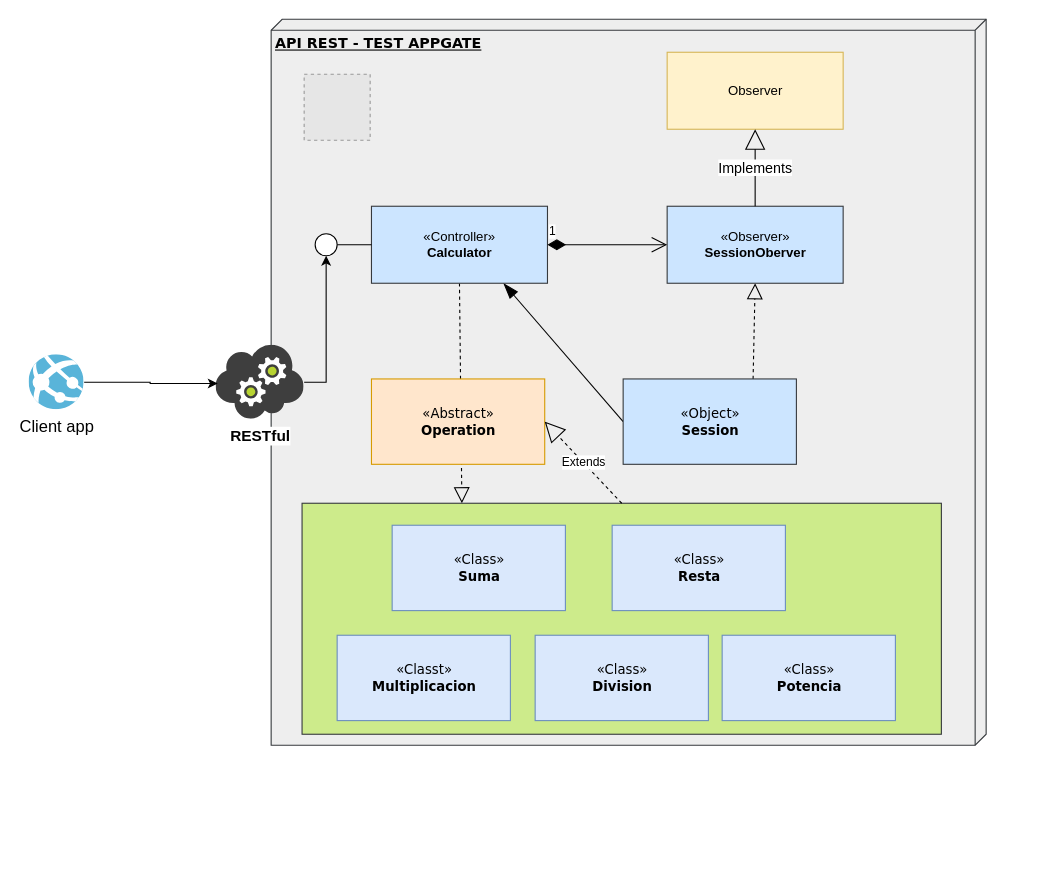
This is documents/test_appgate.drawio from rdbp89/appgate, a draw.io file, before an edit. Source tidied: cells renumbered, new cells numbered last; positions are measured from the earlier drawing's top-left corner, leaving out a move shared by most shapes. Both pictures are drawn from the tidied source at 110%, with x=0, y=0 at pixel (29, 19). Pictures stored in the file or linked from it are replaced by grey dashed boxes.
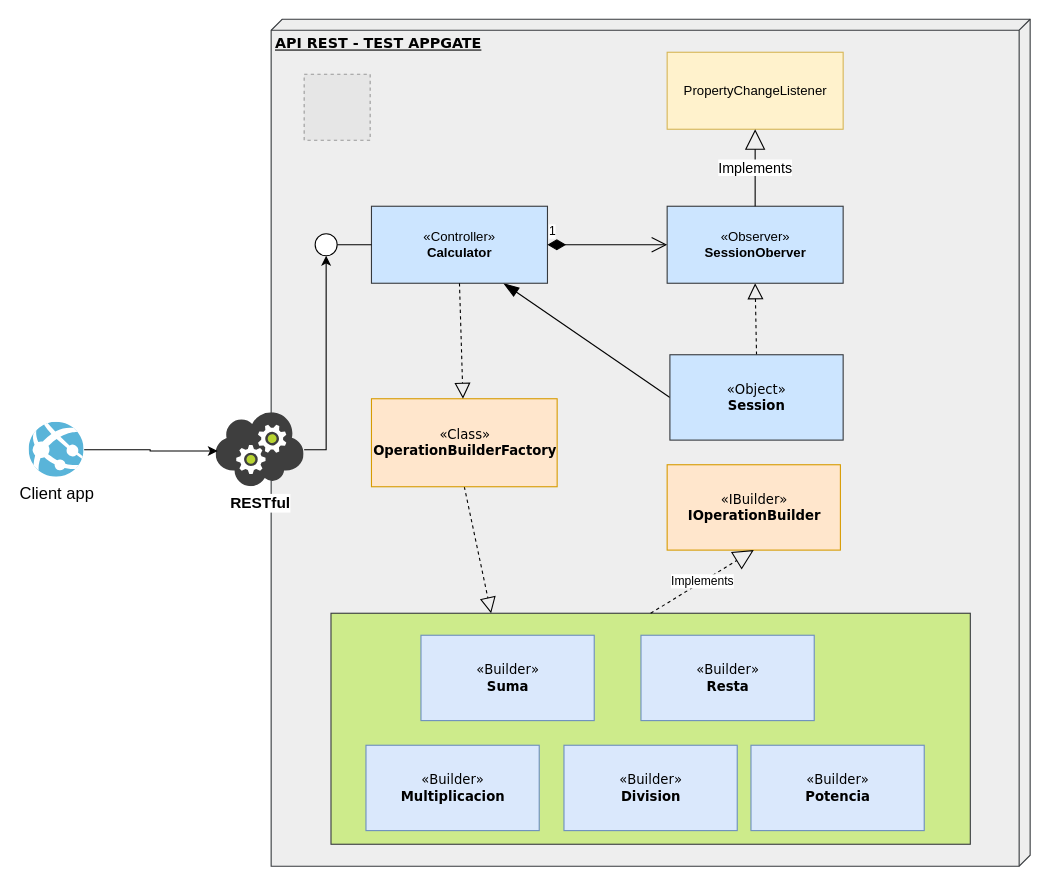
Above is the later version.

Commit message (it also covers changes not shown here):
Images diagrams CI/CU and Components

Unchanged cells that the change refers to:
```xml
<mxCell id="13" value="«Controller»&lt;br&gt;&lt;b&gt;Calculator&lt;/b&gt;" style="html=1;fillColor=#cce5ff;strokeColor=#36393d;" parent="1" vertex="1">
  <mxGeometry x="311.2" y="170" width="160" height="70" as="geometry" />
</mxCell>
<mxCell id="16" value="«Observer»&lt;br&gt;&lt;b&gt;SessionOberver&lt;/b&gt;" style="html=1;fillColor=#cce5ff;strokeColor=#36393d;" parent="1" vertex="1">
  <mxGeometry x="580" y="170" width="160" height="70" as="geometry" />
</mxCell>
```

Diff of the diagram source:
```diff
@@
     <mxCell id="2" value="&lt;b&gt;&lt;font style=&quot;font-size: 13px&quot;&gt;API REST - TEST APPGATE&lt;/font&gt;&lt;/b&gt;" style="verticalAlign=top;align=left;spacingTop=8;spacingLeft=2;spacingRight=12;shape=cube;size=10;direction=south;fontStyle=4;html=1;rounded=0;shadow=0;comic=0;labelBackgroundColor=none;strokeWidth=1;fontFamily=Verdana;fontSize=12;fillColor=#eeeeee;strokeColor=#36393d;" parent="1" vertex="1">
-      <mxGeometry x="220" width="650" height="660" as="geometry" />
+      <mxGeometry x="220" width="690" height="770" as="geometry" />
     </mxCell>
-    <mxCell id="3" style="edgeStyle=none;rounded=0;jettySize=auto;html=1;exitX=0.5;exitY=1;exitDx=0;exitDy=0;entryX=0.25;entryY=0;entryDx=0;entryDy=0;dashed=1;endArrow=block;endFill=0;endSize=12;" parent="1" edge="1" source="13" target="4">
-      <mxGeometry relative="1" as="geometry" />
+    <mxCell id="3" style="edgeStyle=none;rounded=0;jettySize=auto;html=1;exitX=0.5;exitY=1;exitDx=0;exitDy=0;dashed=1;endArrow=block;endFill=0;endSize=12;" parent="1" edge="1" source="28">
+      <mxGeometry relative="1" as="geometry">
+        <mxPoint x="420" y="540" as="targetPoint" />
+      </mxGeometry>
     </mxCell>
     <mxCell id="4" style="whiteSpace=wrap;html=1;align=center;newEdgeStyle={&quot;edgeStyle&quot;:&quot;elbowEdgeStyle&quot;,&quot;startArrow&quot;:&quot;none&quot;,&quot;endArrow&quot;:&quot;none&quot;};fillColor=#cdeb8b;strokeColor=#36393d;" parent="1" vertex="1">
-      <mxGeometry x="248.1" y="440" width="581.2" height="210" as="geometry" />
+      <mxGeometry x="274.4" y="540" width="581.2" height="210" as="geometry" />
     </mxCell>
-    <mxCell id="5" style="rounded=0;jettySize=auto;html=1;exitX=0.75;exitY=0;exitDx=0;exitDy=0;entryX=0.5;entryY=1;entryDx=0;entryDy=0;endArrow=block;endFill=0;endSize=12;dashed=1;" parent="1" edge="1" source="7" target="16">
+    <mxCell id="5" style="rounded=0;jettySize=auto;html=1;exitX=0.5;exitY=0;exitDx=0;exitDy=0;entryX=0.5;entryY=1;entryDx=0;entryDy=0;endArrow=block;endFill=0;endSize=12;dashed=1;" parent="1" edge="1" source="7" target="16">
       <mxGeometry relative="1" as="geometry" />
     </mxCell>
@@
     <mxCell id="7" value="«Object»&lt;br&gt;&lt;b&gt;Session&lt;/b&gt;" style="html=1;rounded=0;shadow=0;comic=0;labelBackgroundColor=none;strokeWidth=1;fontFamily=Verdana;fontSize=12;align=center;fillColor=#cce5ff;strokeColor=#36393d;" parent="1" vertex="1">
-      <mxGeometry x="540" y="327" width="157.5" height="77.6" as="geometry" />
+      <mxGeometry x="582.5" y="305" width="157.5" height="77.6" as="geometry" />
     </mxCell>
@@
     <mxCell id="10" value="&lt;font style=&quot;font-size: 14px&quot;&gt;&lt;b&gt;RESTful&lt;/b&gt;&lt;/font&gt;" style="html=1;points=[];align=center;image;fontSize=12;image=img/lib/mscae/Cloud_Service.svg;" parent="1" vertex="1">
-      <mxGeometry x="170" y="296.4" width="80" height="67.2" as="geometry" />
+      <mxGeometry x="170" y="357.8" width="80" height="67.2" as="geometry" />
     </mxCell>
@@
     <mxCell id="12" value="&lt;font style=&quot;font-size: 15px&quot;&gt;Client app&lt;/font&gt;" style="html=1;points=[];align=center;image;fontSize=12;image=img/lib/mscae/App_Services.svg;" parent="1" vertex="1">
-      <mxGeometry y="305" width="50" height="50" as="geometry" />
+      <mxGeometry y="366.4" width="50" height="50" as="geometry" />
     </mxCell>
@@
-    <mxCell id="17" value="Observer" style="html=1;fillColor=#fff2cc;strokeColor=#d6b656;" parent="1" vertex="1">
+    <mxCell id="17" value="PropertyChangeListener" style="html=1;fillColor=#fff2cc;strokeColor=#d6b656;" parent="1" vertex="1">
       <mxGeometry x="580" y="30" width="160" height="70" as="geometry" />
     </mxCell>
@@
-    <mxCell id="21" value="«Class»&lt;br&gt;&lt;b&gt;Suma&lt;/b&gt;" style="html=1;rounded=0;shadow=0;comic=0;labelBackgroundColor=none;strokeWidth=1;fontFamily=Verdana;fontSize=12;align=center;fillColor=#dae8fc;strokeColor=#6c8ebf;" parent="1" vertex="1">
-      <mxGeometry x="330" y="460" width="157.5" height="77.6" as="geometry" />
+    <mxCell id="21" value="«Builder»&lt;br&gt;&lt;b&gt;Suma&lt;/b&gt;" style="html=1;rounded=0;shadow=0;comic=0;labelBackgroundColor=none;strokeWidth=1;fontFamily=Verdana;fontSize=12;align=center;fillColor=#dae8fc;strokeColor=#6c8ebf;" parent="1" vertex="1">
+      <mxGeometry x="356.2" y="560" width="157.5" height="77.6" as="geometry" />
     </mxCell>
-    <mxCell id="22" value="«Abstract»&lt;br&gt;&lt;b&gt;Operation&lt;/b&gt;" style="html=1;rounded=0;shadow=0;comic=0;labelBackgroundColor=none;strokeWidth=1;fontFamily=Verdana;fontSize=12;align=center;fillColor=#ffe6cc;strokeColor=#d79b00;" parent="1" vertex="1">
-      <mxGeometry x="311.2" y="327" width="157.5" height="77.6" as="geometry" />
+    <mxCell id="22" value="«IBuilder»&lt;br&gt;&lt;b&gt;IOperationBuilder&lt;/b&gt;" style="html=1;rounded=0;shadow=0;comic=0;labelBackgroundColor=none;strokeWidth=1;fontFamily=Verdana;fontSize=12;align=center;fillColor=#ffe6cc;strokeColor=#d79b00;" parent="1" vertex="1">
+      <mxGeometry x="580" y="405" width="157.5" height="77.6" as="geometry" />
     </mxCell>
-    <mxCell id="23" value="«Class»&lt;br&gt;&lt;b&gt;Division&lt;/b&gt;" style="html=1;rounded=0;shadow=0;comic=0;labelBackgroundColor=none;strokeWidth=1;fontFamily=Verdana;fontSize=12;align=center;fillColor=#dae8fc;strokeColor=#6c8ebf;" parent="1" vertex="1">
-      <mxGeometry x="460" y="560" width="157.5" height="77.6" as="geometry" />
+    <mxCell id="23" value="«Builder»&lt;br&gt;&lt;b&gt;Division&lt;/b&gt;" style="html=1;rounded=0;shadow=0;comic=0;labelBackgroundColor=none;strokeWidth=1;fontFamily=Verdana;fontSize=12;align=center;fillColor=#dae8fc;strokeColor=#6c8ebf;" parent="1" vertex="1">
+      <mxGeometry x="486.2" y="660" width="157.5" height="77.6" as="geometry" />
     </mxCell>
-    <mxCell id="24" value="«Class»&lt;br&gt;&lt;b&gt;Resta&lt;/b&gt;" style="html=1;rounded=0;shadow=0;comic=0;labelBackgroundColor=none;strokeWidth=1;fontFamily=Verdana;fontSize=12;align=center;fillColor=#dae8fc;strokeColor=#6c8ebf;" parent="1" vertex="1">
-      <mxGeometry x="530" y="460" width="157.5" height="77.6" as="geometry" />
+    <mxCell id="24" value="«Builder»&lt;br&gt;&lt;b&gt;Resta&lt;/b&gt;" style="html=1;rounded=0;shadow=0;comic=0;labelBackgroundColor=none;strokeWidth=1;fontFamily=Verdana;fontSize=12;align=center;fillColor=#dae8fc;strokeColor=#6c8ebf;" parent="1" vertex="1">
+      <mxGeometry x="556.2" y="560" width="157.5" height="77.6" as="geometry" />
     </mxCell>
-    <mxCell id="25" value="«Class»&lt;br&gt;&lt;b&gt;Potencia&lt;/b&gt;" style="html=1;rounded=0;shadow=0;comic=0;labelBackgroundColor=none;strokeWidth=1;fontFamily=Verdana;fontSize=12;align=center;fillColor=#dae8fc;strokeColor=#6c8ebf;" parent="1" vertex="1">
-      <mxGeometry x="630" y="560" width="157.5" height="77.6" as="geometry" />
+    <mxCell id="25" value="«Builder»&lt;br&gt;&lt;b&gt;Potencia&lt;/b&gt;" style="html=1;rounded=0;shadow=0;comic=0;labelBackgroundColor=none;strokeWidth=1;fontFamily=Verdana;fontSize=12;align=center;fillColor=#dae8fc;strokeColor=#6c8ebf;" parent="1" vertex="1">
+      <mxGeometry x="656.2" y="660" width="157.5" height="77.6" as="geometry" />
     </mxCell>
-    <mxCell id="26" value="«Classt»&lt;br&gt;&lt;b&gt;Multiplicacion&lt;/b&gt;" style="html=1;rounded=0;shadow=0;comic=0;labelBackgroundColor=none;strokeWidth=1;fontFamily=Verdana;fontSize=12;align=center;fillColor=#dae8fc;strokeColor=#6c8ebf;" parent="1" vertex="1">
-      <mxGeometry x="280" y="560" width="157.5" height="77.6" as="geometry" />
+    <mxCell id="26" value="«Builder»&lt;br&gt;&lt;b&gt;Multiplicacion&lt;/b&gt;" style="html=1;rounded=0;shadow=0;comic=0;labelBackgroundColor=none;strokeWidth=1;fontFamily=Verdana;fontSize=12;align=center;fillColor=#dae8fc;strokeColor=#6c8ebf;" parent="1" vertex="1">
+      <mxGeometry x="306.2" y="660" width="157.5" height="77.6" as="geometry" />
     </mxCell>
-    <mxCell id="27" value="Extends" style="endArrow=block;endSize=16;endFill=0;html=1;dashed=1;exitX=0.5;exitY=0;exitDx=0;exitDy=0;entryX=1;entryY=0.5;entryDx=0;entryDy=0;" parent="1" edge="1" source="4" target="22">
+    <mxCell id="27" value="Implements" style="endArrow=block;endSize=16;endFill=0;html=1;dashed=1;exitX=0.5;exitY=0;exitDx=0;exitDy=0;entryX=0.5;entryY=1;entryDx=0;entryDy=0;" parent="1" edge="1" source="4" target="22">
       <mxGeometry relative="1" as="geometry" />
     </mxCell>
+    <mxCell id="28" value="«Class»&lt;br&gt;&lt;b&gt;OperationBuilderFactory&lt;/b&gt;" style="html=1;rounded=0;shadow=0;comic=0;labelBackgroundColor=none;strokeWidth=1;fontFamily=Verdana;fontSize=12;align=center;fillColor=#ffe6cc;strokeColor=#d79b00;" parent="1" vertex="1">
+      <mxGeometry x="311.2" y="345" width="168.8" height="80" as="geometry" />
+    </mxCell>
+    <mxCell id="29" style="edgeStyle=none;rounded=0;jettySize=auto;html=1;exitX=0.5;exitY=1;exitDx=0;exitDy=0;dashed=1;endArrow=block;endFill=0;endSize=12;" parent="1" edge="1" source="13" target="28">
+      <mxGeometry relative="1" as="geometry" />
+    </mxCell>
```
